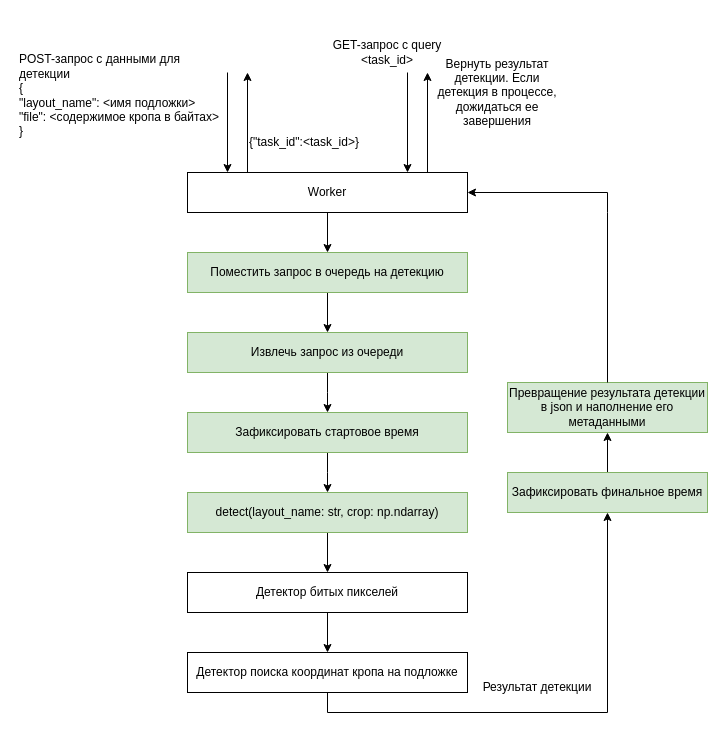
Earlier version of the draw.io diagram docs/System Design.drawio (physicorym/WeAllLoveWiseTrees). Source tidied: cells renumbered, new cells numbered last; positions are measured from the earlier drawing's top-left corner, leaving out a move shared by most shapes. Both pictures are drawn from the tidied source at 100%, with x=0, y=0 at pixel (17, 17).
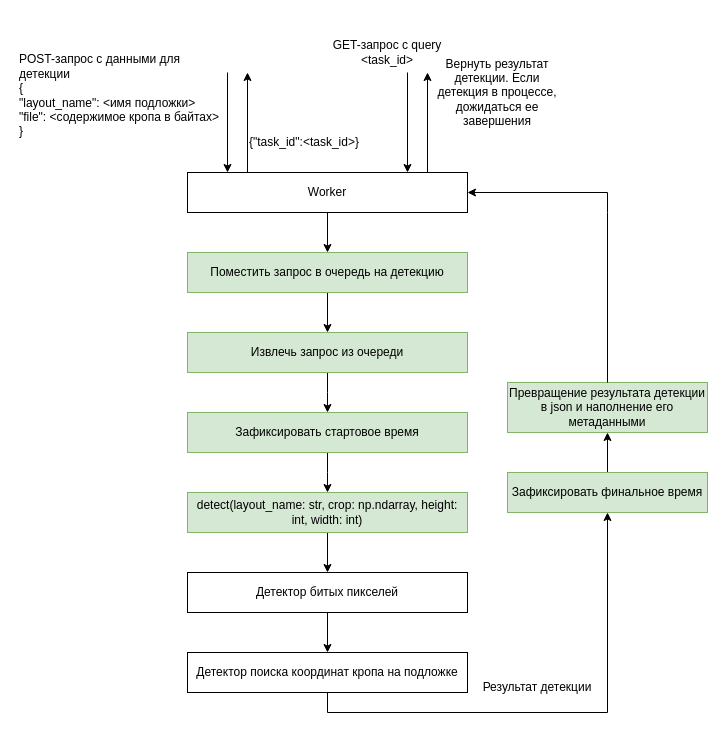
The same page after the edit.

Commit message (it also covers changes not shown here):
Add height and width to docs

Change to the diagram source:
```diff
@@
-    <mxCell id="14" value="detect(layout_name: str, crop: np.ndarray)" style="rounded=0;whiteSpace=wrap;html=1;fillColor=#d5e8d4;strokeColor=#82b366;" parent="1" vertex="1">
+    <mxCell id="14" value="detect(layout_name: str, crop: np.ndarray, height: int, width: int)" style="rounded=0;whiteSpace=wrap;html=1;fillColor=#d5e8d4;strokeColor=#82b366;" parent="1" vertex="1">
       <mxGeometry x="170" y="475" width="280" height="40" as="geometry" />
     </mxCell>
```
